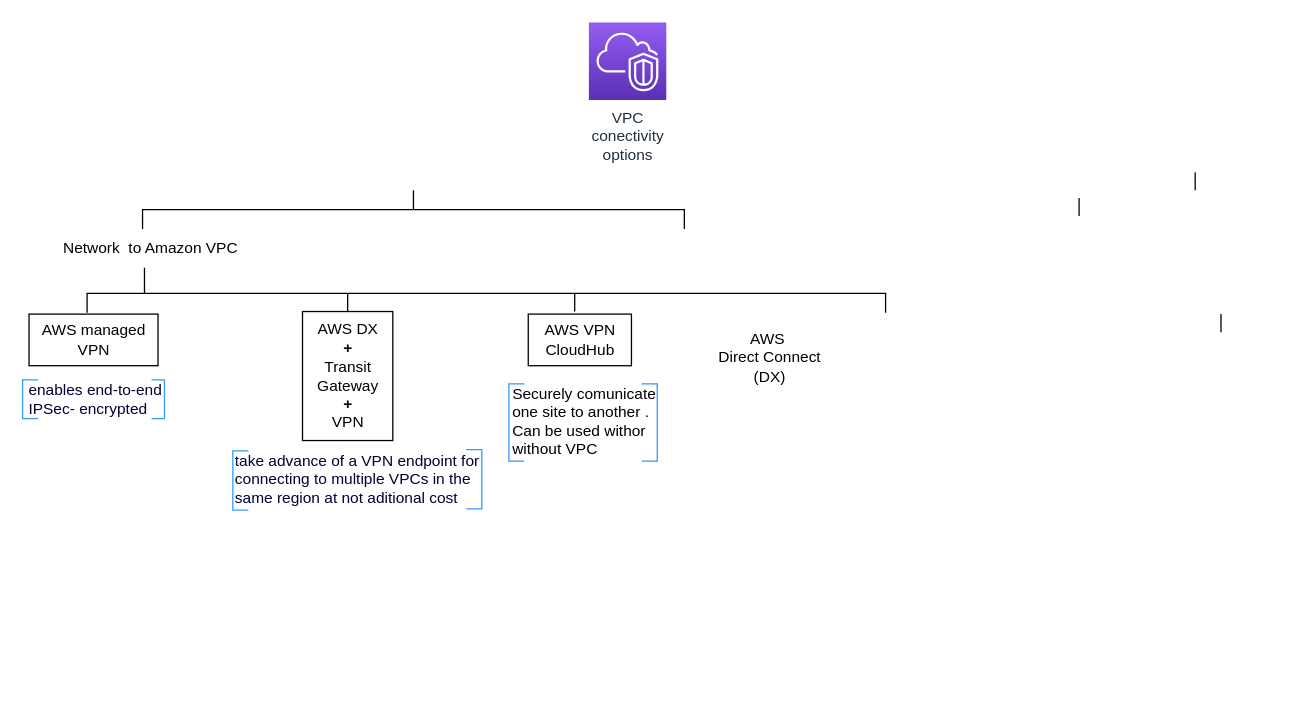
ldipotetjob/AWS keeps this draw.io diagram as certification/vpc_connectivityoption.drawio. Above is the earlier version. Source tidied: cells renumbered, new cells numbered last; positions are measured from the earlier drawing's top-left corner, leaving out a move shared by most shapes. Both pictures are drawn from the tidied source at 129%, with x=0, y=0 at pixel (22, 22).
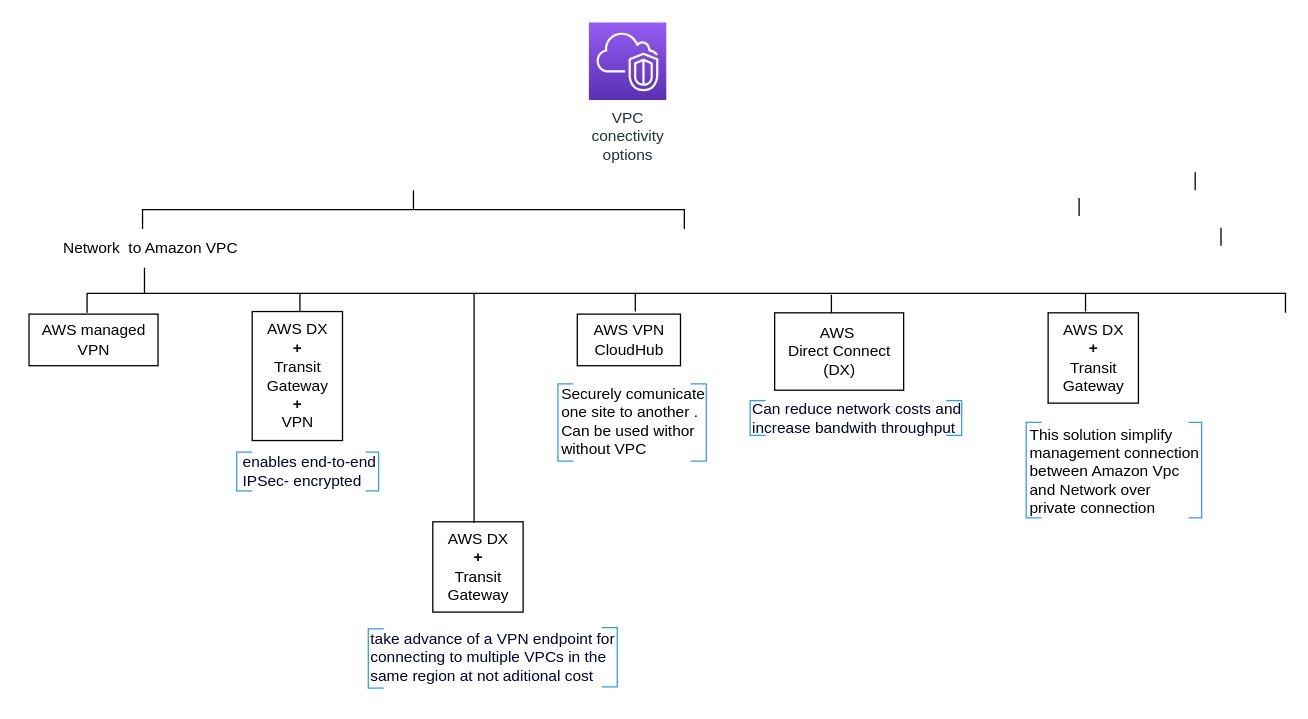
Above is the later version.

Change to the diagram source:
```diff
@@
+    <mxCell id="25" value="This solution simplify&lt;br&gt;management connection&lt;br&gt;between Amazon Vpc &lt;br&gt;and Network&amp;nbsp;over &lt;br&gt;private connection" style="text;html=1;align=left;verticalAlign=middle;strokeColor=none;fillColor=none;" parent="1" vertex="1">
+      <mxGeometry x="779" y="303" width="150" height="90" as="geometry" />
+    </mxCell>
@@
     <mxCell id="5" style="strokeWidth=1;html=1;shape=mxgraph.flowchart.annotation_1;align=left;direction=south;" parent="1" vertex="1">
-      <mxGeometry x="50" y="210" width="619" height="15" as="geometry" />
+      <mxGeometry x="50" y="210" width="929" height="15" as="geometry" />
     </mxCell>
@@
     <mxCell id="8" style="endArrow=none;html=1;rounded=0;" parent="1" edge="1">
       <mxGeometry relative="1" as="geometry">
-        <mxPoint x="252" y="224" as="sourcePoint" />
-        <mxPoint x="252" y="210" as="targetPoint" />
+        <mxPoint x="215" y="224" as="sourcePoint" />
+        <mxPoint x="215" y="210" as="targetPoint" />
       </mxGeometry>
     </mxCell>
     <mxCell id="9" value="AWS DX&lt;br&gt;&lt;b&gt;+&lt;br&gt;&lt;/b&gt;Transit&lt;br&gt;Gateway&lt;br&gt;&lt;b&gt;+&lt;/b&gt;&lt;br&gt;VPN" style="text;html=1;align=center;verticalAlign=middle;strokeColor=default;fillColor=none;" parent="1" vertex="1">
-      <mxGeometry x="217" y="224" width="70" height="100" as="geometry" />
+      <mxGeometry x="178" y="224" width="70" height="100" as="geometry" />
     </mxCell>
     <mxCell id="10" value="enables end-to-end&lt;br&gt;IPSec- encrypted" style="text;html=1;align=left;verticalAlign=middle;strokeColor=none;fillColor=none;fontSize=12;fontColor=#000033;" parent="1" vertex="1">
-      <mxGeometry x="3" y="272" width="130" height="40" as="geometry" />
+      <mxGeometry x="169" y="328" width="130" height="40" as="geometry" />
     </mxCell>
     <mxCell id="11" style="strokeWidth=1;html=1;shape=mxgraph.flowchart.annotation_1;align=left;fontColor=#000033;fillColor=none;strokeColor=#3399FF;" parent="1" vertex="1">
-      <mxGeometry y="277" width="12" height="30" as="geometry" />
+      <mxGeometry x="166" y="333" width="12" height="30" as="geometry" />
     </mxCell>
     <mxCell id="12" style="strokeWidth=1;html=1;shape=mxgraph.flowchart.annotation_1;align=left;fontColor=#000033;fillColor=none;direction=west;strokeColor=#3399FF;" parent="1" vertex="1">
-      <mxGeometry x="100" y="277" width="10" height="30" as="geometry" />
+      <mxGeometry x="266" y="333" width="10" height="30" as="geometry" />
     </mxCell>
     <mxCell id="13" value="take advance of a VPN endpoint for &lt;br&gt;connecting to multiple VPCs in the &lt;br&gt;same region&amp;nbsp;at not aditional cost" style="text;html=1;align=left;verticalAlign=middle;strokeColor=none;fillColor=none;fontSize=12;fontColor=#000033;" parent="1" vertex="1">
-      <mxGeometry x="163" y="324" width="210" height="60" as="geometry" />
+      <mxGeometry x="268" y="462" width="210" height="60" as="geometry" />
     </mxCell>
     <mxCell id="14" style="strokeWidth=1;html=1;shape=mxgraph.flowchart.annotation_1;align=left;fontColor=#000033;fillColor=none;strokeColor=#3399FF;" parent="1" vertex="1">
-      <mxGeometry x="163" y="332" width="12" height="46" as="geometry" />
+      <mxGeometry x="268" y="470" width="12" height="46" as="geometry" />
     </mxCell>
     <mxCell id="15" style="strokeWidth=1;html=1;shape=mxgraph.flowchart.annotation_1;align=left;fontColor=#000033;fillColor=none;direction=west;strokeColor=#3399FF;" parent="1" vertex="1">
-      <mxGeometry x="344" y="331" width="12" height="46" as="geometry" />
+      <mxGeometry x="449" y="469" width="12" height="46" as="geometry" />
     </mxCell>
@@
     <mxCell id="18" style="endArrow=none;html=1;rounded=0;" parent="1" edge="1">
       <mxGeometry relative="1" as="geometry">
-        <mxPoint x="929" y="240" as="sourcePoint" />
-        <mxPoint x="929" y="226" as="targetPoint" />
+        <mxPoint x="929" y="173" as="sourcePoint" />
+        <mxPoint x="929" y="159" as="targetPoint" />
       </mxGeometry>
     </mxCell>
     <mxCell id="19" value="AWS VPN&lt;br&gt;CloudHub" style="text;html=1;align=center;verticalAlign=middle;strokeColor=default;fillColor=none;" parent="1" vertex="1">
-      <mxGeometry x="392" y="226" width="80" height="40" as="geometry" />
+      <mxGeometry x="430" y="226" width="80" height="40" as="geometry" />
     </mxCell>
     <mxCell id="20" value="Securely comunicate &lt;br&gt;one site to another . &lt;br&gt;Can be used withor &lt;br&gt;without VPC&amp;nbsp;&amp;nbsp;" style="text;html=1;align=left;verticalAlign=middle;strokeColor=none;fillColor=none;" parent="1" vertex="1">
-      <mxGeometry x="378" y="274" width="130" height="70" as="geometry" />
+      <mxGeometry x="416" y="274" width="130" height="70" as="geometry" />
     </mxCell>
     <mxCell id="21" style="strokeWidth=1;html=1;shape=mxgraph.flowchart.annotation_1;align=left;fontColor=#000033;fillColor=none;strokeColor=#3399FF;" parent="1" vertex="1">
-      <mxGeometry x="377" y="280" width="12" height="60" as="geometry" />
+      <mxGeometry x="415" y="280" width="12" height="60" as="geometry" />
     </mxCell>
     <mxCell id="22" style="strokeWidth=1;html=1;shape=mxgraph.flowchart.annotation_1;align=left;fontColor=#000033;fillColor=none;direction=west;strokeColor=#3399FF;" parent="1" vertex="1">
-      <mxGeometry x="480" y="280" width="12" height="60" as="geometry" />
+      <mxGeometry x="518" y="280" width="12" height="60" as="geometry" />
     </mxCell>
     <mxCell id="23" style="endArrow=none;html=1;rounded=0;" parent="1" edge="1">
       <mxGeometry relative="1" as="geometry">
-        <mxPoint x="428" y="224" as="sourcePoint" />
-        <mxPoint x="428" y="210" as="targetPoint" />
+        <mxPoint x="475" y="224" as="sourcePoint" />
+        <mxPoint x="475" y="210" as="targetPoint" />
       </mxGeometry>
     </mxCell>
-    <mxCell id="24" value="AWS&amp;nbsp;&lt;br&gt;Direct Connect&lt;br&gt;(DX)" style="text;html=1;align=center;verticalAlign=middle;strokeColor=none;fillColor=none;" parent="1" vertex="1">
-      <mxGeometry x="529" y="230" width="100" height="60" as="geometry" />
+    <mxCell id="24" value="AWS&amp;nbsp;&lt;br&gt;Direct Connect&lt;br&gt;(DX)" style="text;html=1;align=center;verticalAlign=middle;strokeColor=default;fillColor=none;" parent="1" vertex="1">
+      <mxGeometry x="583" y="225" width="100" height="60" as="geometry" />
     </mxCell>
+    <mxCell id="26" value="Can reduce network costs and&lt;br&gt;increase bandwith throughput" style="text;html=1;align=left;verticalAlign=middle;strokeColor=none;fillColor=none;fontSize=12;fontColor=#000033;" parent="1" vertex="1">
+      <mxGeometry x="564" y="287" width="190" height="40" as="geometry" />
+    </mxCell>
+    <mxCell id="27" style="strokeWidth=1;html=1;shape=mxgraph.flowchart.annotation_1;align=left;fontColor=#000033;fillColor=none;strokeColor=#3399FF;" parent="1" vertex="1">
+      <mxGeometry x="564" y="293" width="12" height="27" as="geometry" />
+    </mxCell>
+    <mxCell id="28" style="strokeWidth=1;html=1;shape=mxgraph.flowchart.annotation_1;align=left;fontColor=#000033;fillColor=none;direction=west;strokeColor=#3399FF;" parent="1" vertex="1">
+      <mxGeometry x="716" y="293" width="12" height="27" as="geometry" />
+    </mxCell>
+    <mxCell id="29" style="endArrow=none;html=1;rounded=0;" parent="1" edge="1">
+      <mxGeometry relative="1" as="geometry">
+        <mxPoint x="627" y="225" as="sourcePoint" />
+        <mxPoint x="627" y="211" as="targetPoint" />
+      </mxGeometry>
+    </mxCell>
+    <mxCell id="30" value="AWS DX&lt;br&gt;&lt;b&gt;+&lt;br&gt;&lt;/b&gt;Transit&lt;br&gt;Gateway" style="text;html=1;align=center;verticalAlign=middle;strokeColor=default;fillColor=none;" parent="1" vertex="1">
+      <mxGeometry x="318" y="387" width="70" height="70" as="geometry" />
+    </mxCell>
+    <mxCell id="31" style="endArrow=none;html=1;rounded=0;" parent="1" edge="1">
+      <mxGeometry relative="1" as="geometry">
+        <mxPoint x="350" y="388" as="sourcePoint" />
+        <mxPoint x="350" y="210" as="targetPoint" />
+      </mxGeometry>
+    </mxCell>
+    <mxCell id="32" style="endArrow=none;html=1;rounded=0;" parent="1" edge="1">
+      <mxGeometry relative="1" as="geometry">
+        <mxPoint x="824" y="224" as="sourcePoint" />
+        <mxPoint x="824" y="210" as="targetPoint" />
+      </mxGeometry>
+    </mxCell>
+    <mxCell id="33" value="AWS DX&lt;br&gt;&lt;b&gt;+&lt;br&gt;&lt;/b&gt;Transit&lt;br&gt;Gateway" style="text;html=1;align=center;verticalAlign=middle;strokeColor=default;fillColor=none;" parent="1" vertex="1">
+      <mxGeometry x="795" y="225" width="70" height="70" as="geometry" />
+    </mxCell>
+    <mxCell id="34" style="strokeWidth=1;html=1;shape=mxgraph.flowchart.annotation_1;align=left;fontColor=#000033;fillColor=none;strokeColor=#3399FF;" parent="1" vertex="1">
+      <mxGeometry x="778" y="310" width="12" height="74" as="geometry" />
+    </mxCell>
+    <mxCell id="35" style="strokeWidth=1;html=1;shape=mxgraph.flowchart.annotation_1;align=left;fontColor=#000033;fillColor=none;direction=west;strokeColor=#3399FF;" parent="1" vertex="1">
+      <mxGeometry x="904" y="310" width="10" height="74" as="geometry" />
+    </mxCell>
```
